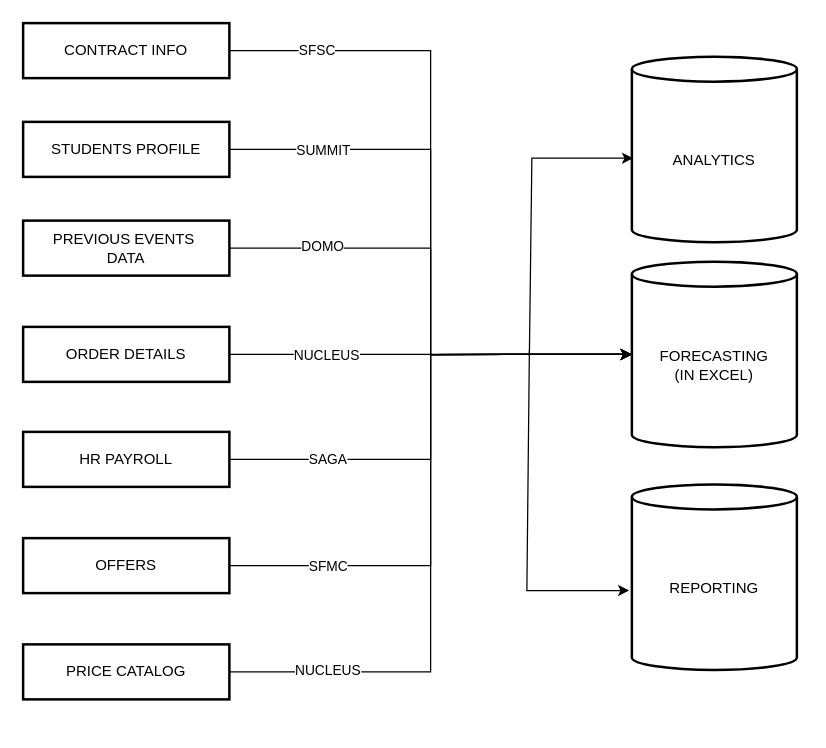
This is page "Finiancials" (6 of 13) of 11.drawio from ai-next-zen/diagrams, a draw.io file, before an edit. Source tidied: cells renumbered, new cells numbered last; positions are measured from the earlier drawing's top-left corner, leaving out a move shared by most shapes. Both pictures are drawn from the tidied source at 125%, with x=0, y=0 at pixel (22, 22).
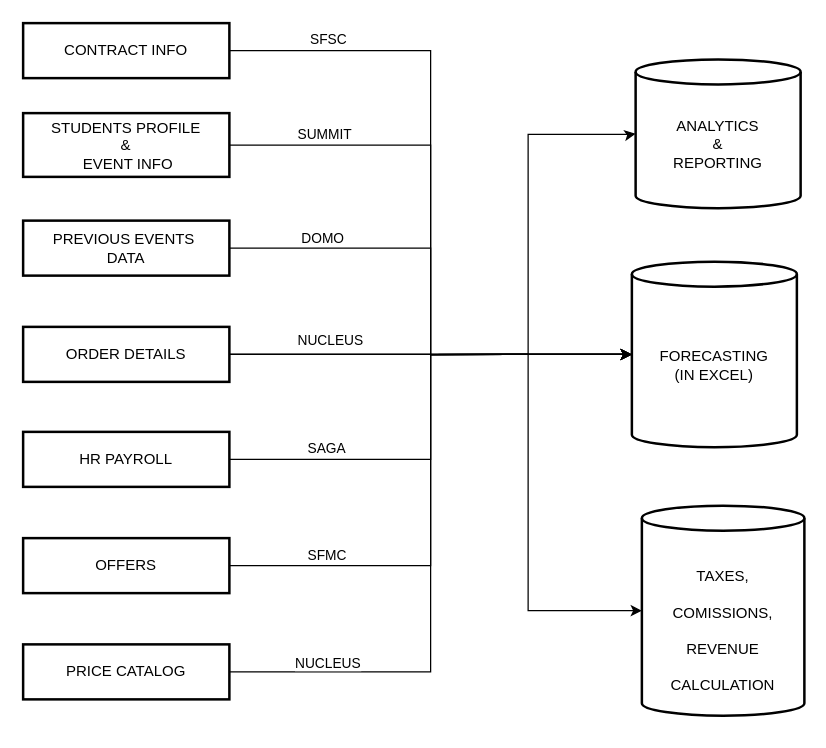
Above is the later version.

Unchanged cells that the change refers to:
```xml
<mxCell id="5" value="ORDER DETAILS" style="whiteSpace=wrap;strokeWidth=2;flipV=1;flipH=1;" parent="1" vertex="1">
  <mxGeometry y="243" width="165" height="44" as="geometry" />
</mxCell>
<mxCell id="10" style="edgeStyle=orthogonalEdgeStyle;rounded=0;jettySize=auto;html=1;entryX=0;entryY=0.5;entryDx=0;entryDy=0;entryPerimeter=0;" parent="1" edge="1" source="7" target="2">
  <mxGeometry relative="1" as="geometry" />
</mxCell>
<mxCell id="12" style="edgeStyle=orthogonalEdgeStyle;rounded=0;jettySize=auto;html=1;entryX=0;entryY=0.5;entryDx=0;entryDy=0;entryPerimeter=0;" parent="1" edge="1" source="8" target="2">
  <mxGeometry relative="1" as="geometry" />
</mxCell>
<mxCell id="14" style="edgeStyle=orthogonalEdgeStyle;rounded=0;jettySize=auto;html=1;entryX=0;entryY=0.5;entryDx=0;entryDy=0;entryPerimeter=0;" parent="1" edge="1" source="9" target="2">
  <mxGeometry relative="1" as="geometry" />
</mxCell>
<mxCell id="16" style="edgeStyle=orthogonalEdgeStyle;rounded=0;jettySize=auto;html=1;entryX=0;entryY=0.5;entryDx=0;entryDy=0;entryPerimeter=0;" parent="1" edge="1" source="5" target="2">
  <mxGeometry relative="1" as="geometry" />
</mxCell>
<mxCell id="18" style="edgeStyle=orthogonalEdgeStyle;rounded=0;jettySize=auto;html=1;entryX=0;entryY=0.5;entryDx=0;entryDy=0;entryPerimeter=0;" parent="1" edge="1" source="6" target="2">
  <mxGeometry relative="1" as="geometry" />
</mxCell>
<mxCell id="20" style="edgeStyle=orthogonalEdgeStyle;rounded=0;jettySize=auto;html=1;entryX=0;entryY=0.5;entryDx=0;entryDy=0;entryPerimeter=0;" parent="1" edge="1" source="4" target="2">
  <mxGeometry relative="1" as="geometry" />
</mxCell>
<mxCell id="22" style="edgeStyle=orthogonalEdgeStyle;rounded=0;jettySize=auto;html=1;entryX=0;entryY=0.5;entryDx=0;entryDy=0;entryPerimeter=0;" parent="1" edge="1" source="3" target="2">
  <mxGeometry relative="1" as="geometry" />
</mxCell>
```

Diff of the diagram source:
```diff
@@
-    <mxCell id="4" value="STUDENTS PROFILE" style="whiteSpace=wrap;strokeWidth=2;flipV=1;flipH=1;" parent="1" vertex="1">
-      <mxGeometry y="79" width="165" height="44" as="geometry" />
+    <mxCell id="4" value="STUDENTS PROFILE&#10;&amp;&#10; EVENT INFO" style="whiteSpace=wrap;strokeWidth=2;flipV=1;flipH=1;" parent="1" vertex="1">
+      <mxGeometry y="72" width="165" height="51" as="geometry" />
     </mxCell>
+    <mxCell id="28" style="edgeStyle=orthogonalEdgeStyle;rounded=0;jettySize=auto;html=1;entryX=0;entryY=0.5;entryDx=0;entryDy=0;entryPerimeter=0;" parent="1" edge="1" source="5" target="24">
+      <mxGeometry relative="1" as="geometry">
+        <Array as="points">
+          <mxPoint x="404" y="265" />
+          <mxPoint x="404" y="89" />
+          <mxPoint x="487" y="89" />
+        </Array>
+      </mxGeometry>
+    </mxCell>
@@
     <mxCell id="11" value="SAGA" style="edgeLabel;html=1;align=left;verticalAlign=middle;fontFamily=Helvetica;fontSize=11;fontColor=default;labelBackgroundColor=default;fillColor=none;gradientColor=none;" parent="10" vertex="1">
       <mxGeometry x="-0.65" y="1" relative="1" as="geometry">
-        <mxPoint x="-9" as="offset" />
+        <mxPoint x="-10" y="-9" as="offset" />
       </mxGeometry>
     </mxCell>
@@
     <mxCell id="13" value="SFMC" style="edgeLabel;html=1;align=left;verticalAlign=middle;fontFamily=Helvetica;fontSize=11;fontColor=default;labelBackgroundColor=default;fillColor=none;gradientColor=none;" parent="12" vertex="1">
       <mxGeometry x="-0.7" y="1" relative="1" as="geometry">
-        <mxPoint x="-12" y="1" as="offset" />
+        <mxPoint x="-13" y="-8" as="offset" />
       </mxGeometry>
     </mxCell>
@@
     <mxCell id="15" value="NUCLEUS" style="edgeLabel;html=1;align=left;verticalAlign=middle;fontFamily=Helvetica;fontSize=11;fontColor=default;labelBackgroundColor=default;fillColor=none;gradientColor=none;" parent="14" vertex="1">
       <mxGeometry x="-0.74" y="4" relative="1" as="geometry">
-        <mxPoint x="-24" y="2" as="offset" />
+        <mxPoint x="-24" y="-4" as="offset" />
       </mxGeometry>
     </mxCell>
@@
     <mxCell id="17" value="NUCLEUS" style="edgeLabel;html=1;align=left;verticalAlign=middle;fontFamily=Helvetica;fontSize=11;fontColor=default;labelBackgroundColor=default;fillColor=none;gradientColor=none;" parent="16" vertex="1">
       <mxGeometry x="-0.59" y="4" relative="1" as="geometry">
-        <mxPoint x="-16" y="4" as="offset" />
+        <mxPoint x="-13" y="-8" as="offset" />
       </mxGeometry>
     </mxCell>
@@
     <mxCell id="19" value="DOMO" style="edgeLabel;html=1;align=left;verticalAlign=middle;fontFamily=Helvetica;fontSize=11;fontColor=default;labelBackgroundColor=default;fillColor=none;gradientColor=none;" parent="18" vertex="1">
       <mxGeometry x="-0.69" y="-2" relative="1" as="geometry">
-        <mxPoint x="-7" y="-4" as="offset" />
+        <mxPoint x="-7" y="-11" as="offset" />
       </mxGeometry>
     </mxCell>
@@
     <mxCell id="21" value="SUMMIT" style="edgeLabel;html=1;align=left;verticalAlign=middle;fontFamily=Helvetica;fontSize=11;fontColor=default;labelBackgroundColor=default;fillColor=none;gradientColor=none;" parent="20" vertex="1">
       <mxGeometry x="-0.78" y="-3" relative="1" as="geometry">
-        <mxPoint x="-1" y="-3" as="offset" />
+        <mxPoint x="-1" y="-12" as="offset" />
       </mxGeometry>
     </mxCell>
@@
     <mxCell id="23" value="SFSC" style="edgeLabel;html=1;align=left;verticalAlign=middle;" parent="22" vertex="1">
       <mxGeometry x="-0.81" y="2" relative="1" as="geometry">
-        <mxPoint y="1" as="offset" />
+        <mxPoint x="9" y="-8" as="offset" />
       </mxGeometry>
     </mxCell>
-    <mxCell id="24" value="ANALYTICS" style="shape=cylinder3;boundedLbl=1;backgroundOutline=1;size=10;strokeWidth=2;whiteSpace=wrap;" parent="1" vertex="1">
-      <mxGeometry x="487" y="26.8" width="132" height="148.5" as="geometry" />
+    <mxCell id="24" value="ANALYTICS&#10;&amp;&#10;REPORTING" style="shape=cylinder3;boundedLbl=1;backgroundOutline=1;size=10;strokeWidth=2;whiteSpace=wrap;" parent="1" vertex="1">
+      <mxGeometry x="490" y="29" width="132" height="119" as="geometry" />
     </mxCell>
-    <mxCell id="25" value="REPORTING" style="shape=cylinder3;boundedLbl=1;backgroundOutline=1;size=10;strokeWidth=2;whiteSpace=wrap;" parent="1" vertex="1">
-      <mxGeometry x="487" y="369" width="132" height="148.5" as="geometry" />
+    <mxCell id="25" value="&#10;TAXES,&#10;&#10;COMISSIONS,&#10;&#10;REVENUE&#10;&#10;CALCULATION" style="shape=cylinder3;boundedLbl=1;backgroundOutline=1;size=10;strokeWidth=2;whiteSpace=wrap;" parent="1" vertex="1">
+      <mxGeometry x="495" y="386" width="130" height="168" as="geometry" />
     </mxCell>
-    <mxCell id="26" style="endArrow=classic;html=1;rounded=0;entryX=0.008;entryY=0.547;entryDx=0;entryDy=0;entryPerimeter=0;" parent="1" edge="1" target="24">
-      <mxGeometry relative="1" as="geometry">
-        <mxPoint x="405" y="266" as="sourcePoint" />
-        <Array as="points">
-          <mxPoint x="407" y="108" />
-        </Array>
-      </mxGeometry>
-    </mxCell>
-    <mxCell id="27" style="endArrow=classic;html=1;rounded=0;entryX=-0.008;entryY=0.572;entryDx=0;entryDy=0;entryPerimeter=0;" parent="1" edge="1">
-      <mxGeometry relative="1" as="geometry">
-        <mxPoint x="405" y="262" as="sourcePoint" />
-        <mxPoint x="484.9" y="453.9" as="targetPoint" />
-        <Array as="points">
-          <mxPoint x="403" y="454" />
-        </Array>
-      </mxGeometry>
-    </mxCell>
+    <mxCell id="29" style="edgeStyle=orthogonalEdgeStyle;rounded=0;orthogonalLoop=1;jettySize=auto;html=1;exitX=0.5;exitY=1;exitDx=0;exitDy=0;exitPerimeter=0;" parent="1" edge="1" source="25" target="25">
+      <mxGeometry relative="1" as="geometry" />
+    </mxCell>
+    <mxCell id="30" style="edgeStyle=orthogonalEdgeStyle;rounded=0;jettySize=auto;html=1;entryX=0;entryY=0.5;entryDx=0;entryDy=0;entryPerimeter=0;" parent="1" edge="1" source="5" target="25">
+      <mxGeometry relative="1" as="geometry">
+        <Array as="points">
+          <mxPoint x="404" y="265" />
+          <mxPoint x="404" y="470" />
+        </Array>
+      </mxGeometry>
+    </mxCell>
```
